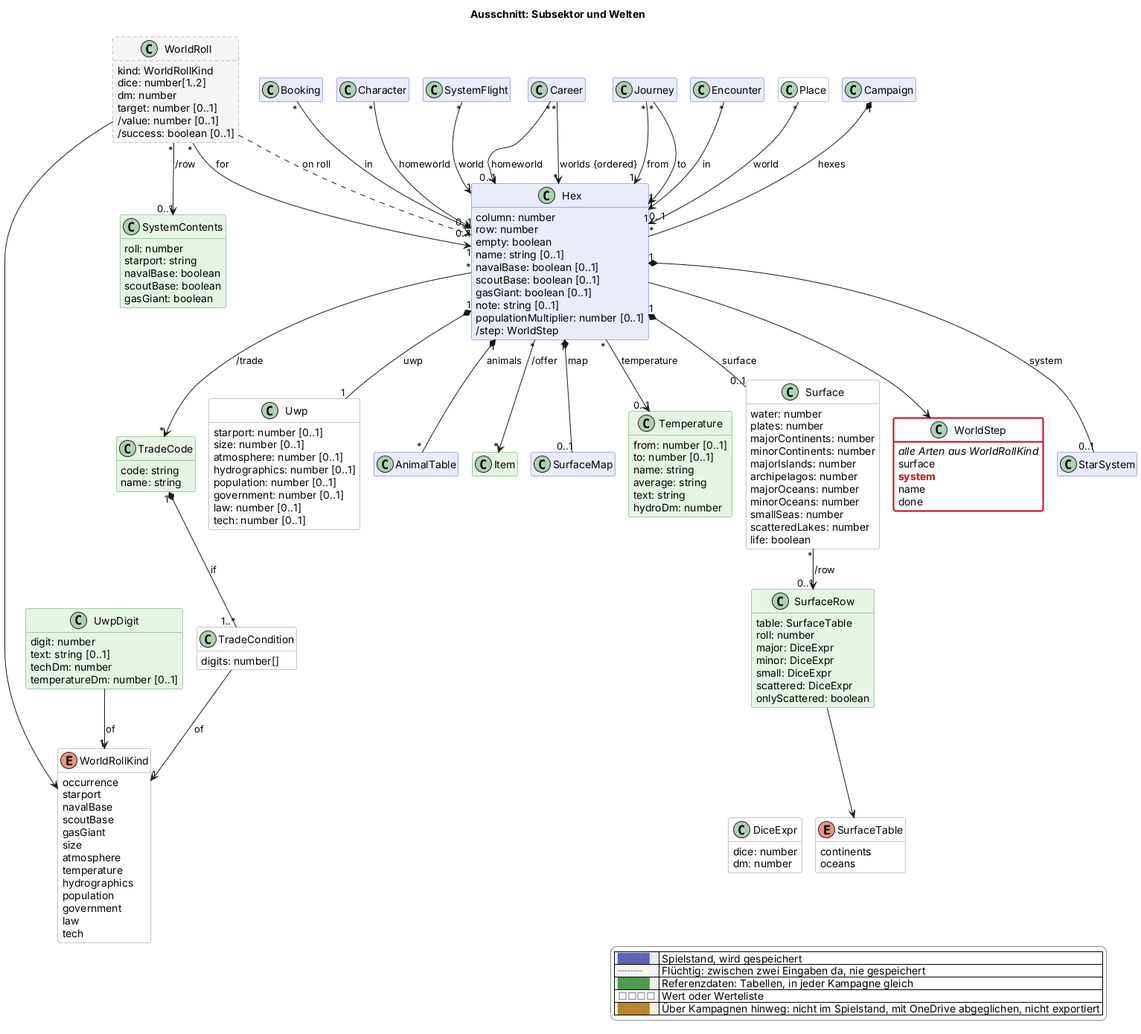
Above: docs/views/sektor.png in scuzzar/SRE (PlantUML), before the change.
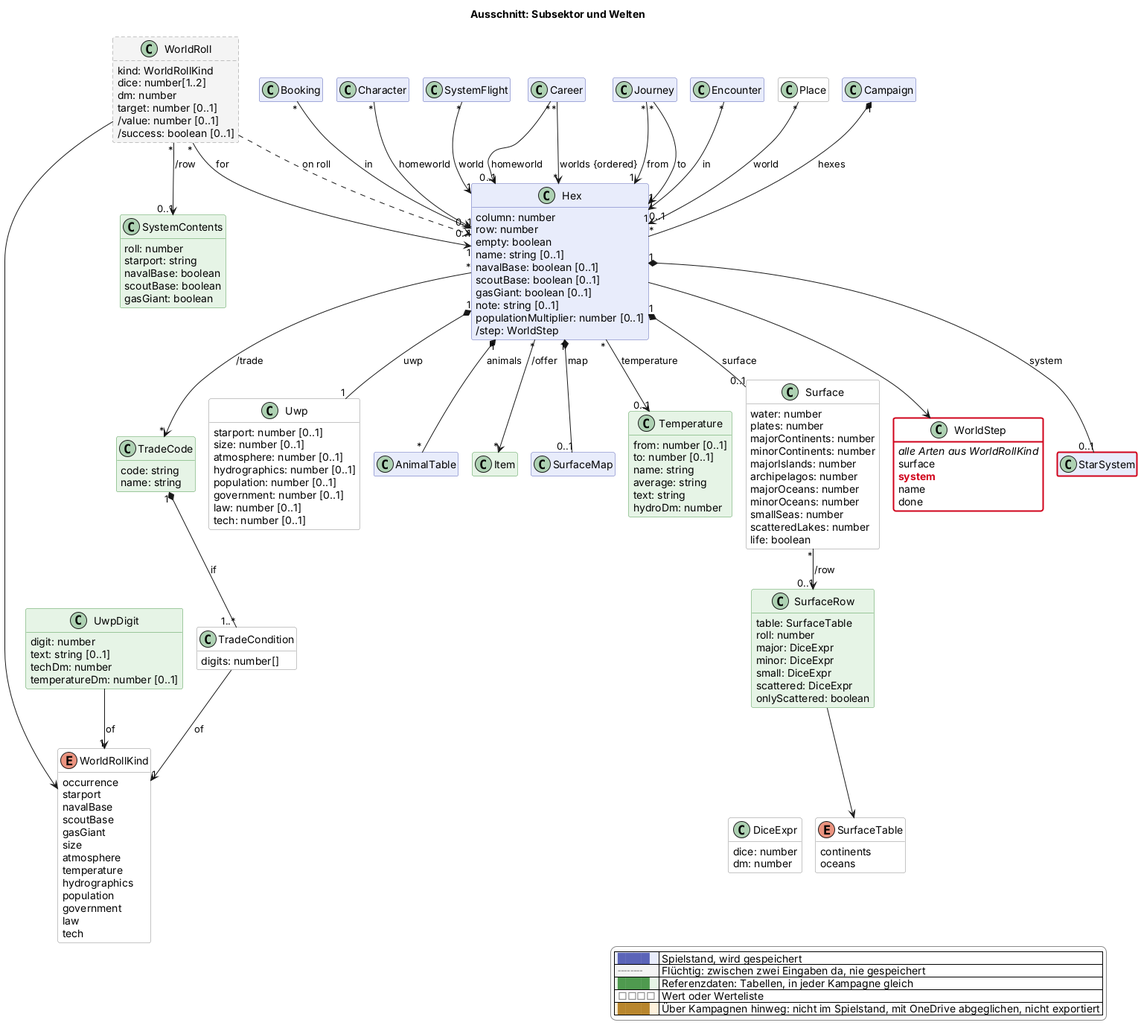
The same file after the commit.

Change to the diagram source:
```diff
@@ -252,5 +252,6 @@
   |<#ffffff> <color:#8a8a8a>□□□□</color> | Wert oder Werteliste |
   |<#fdf1dc> <color:#b8862e>████</color> | Über Kampagnen hinweg: nicht im Spielstand, mit OneDrive abgeglichen, nicht exportiert |
 endlegend
+class StarSystem #line:d0021b;line.bold
 class WorldStep #line:d0021b;line.bold
 @enduml
```
